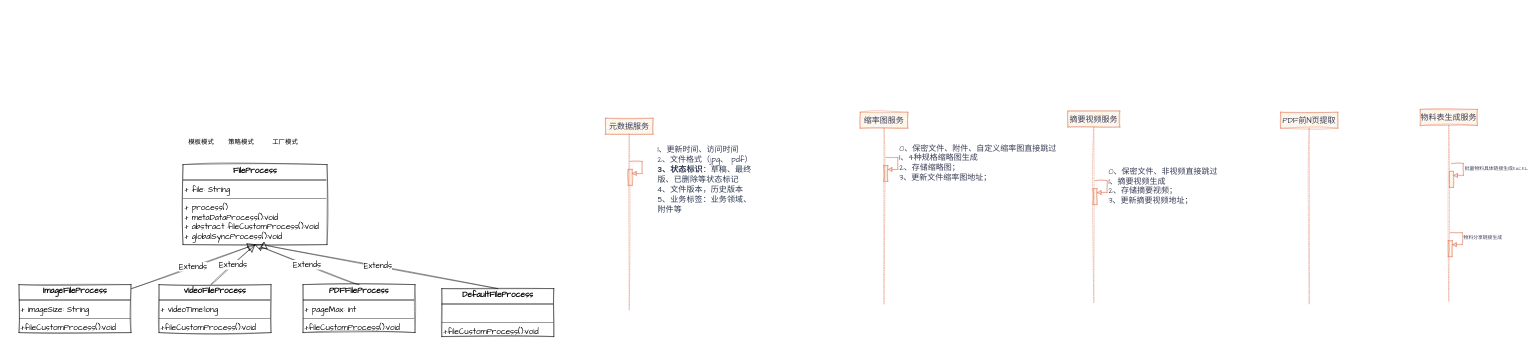
Earlier version of the draw.io diagram page "子文件服务" (2 of 7) of 系统设计/250506_upload_download.drawio (Utihbi/pics). Source tidied: cells renumbered, new cells numbered last; positions are measured from the earlier drawing's top-left corner, leaving out a move shared by most shapes. Both pictures are drawn from the tidied source at 40%, with x=0, y=0 at pixel (19, 109).
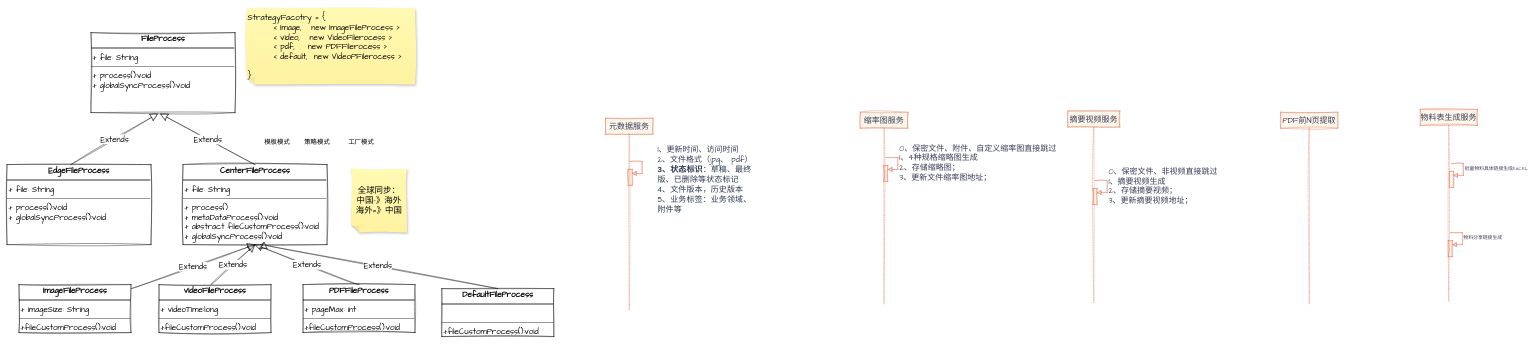
After the change.

Change to the diagram source:
```diff
@@
-    <mxCell id="18" value="&lt;p style=&quot;margin:0px;margin-top:4px;text-align:center;&quot;&gt;&lt;b&gt;FileProcess&lt;/b&gt;&lt;/p&gt;&lt;hr style=&quot;border-style:solid;&quot;&gt;&lt;p style=&quot;margin:0px;margin-left:4px;&quot;&gt;+ file: String&lt;/p&gt;&lt;hr style=&quot;border-style:solid;&quot;&gt;&lt;p style=&quot;margin:0px;margin-left:4px;&quot;&gt;+ process()&lt;/p&gt;&lt;p style=&quot;margin:0px;margin-left:4px;&quot;&gt;+ metaDataProcess():void&lt;/p&gt;&lt;p style=&quot;margin:0px;margin-left:4px;&quot;&gt;+ abstract fileCustomProcess():void&lt;/p&gt;&lt;p style=&quot;margin:0px;margin-left:4px;&quot;&gt;+ globalSyncProcess():void&lt;/p&gt;" style="verticalAlign=top;align=left;overflow=fill;html=1;whiteSpace=wrap;sketch=1;hachureGap=4;jiggle=2;curveFitting=1;fontFamily=Architects Daughter;fontSize=20;" parent="1" vertex="1">
+    <mxCell id="18" value="&lt;p style=&quot;margin:0px;margin-top:4px;text-align:center;&quot;&gt;&lt;b&gt;CenterFileProcess&lt;/b&gt;&lt;/p&gt;&lt;hr style=&quot;border-style:solid;&quot;&gt;&lt;p style=&quot;margin:0px;margin-left:4px;&quot;&gt;+ file: String&lt;/p&gt;&lt;hr style=&quot;border-style:solid;&quot;&gt;&lt;p style=&quot;margin:0px;margin-left:4px;&quot;&gt;+ process()&lt;/p&gt;&lt;p style=&quot;margin:0px;margin-left:4px;&quot;&gt;+ metaDataProcess():void&lt;/p&gt;&lt;p style=&quot;margin:0px;margin-left:4px;&quot;&gt;+ abstract fileCustomProcess():void&lt;/p&gt;&lt;p style=&quot;margin:0px;margin-left:4px;&quot;&gt;+ globalSyncProcess():void&lt;/p&gt;" style="verticalAlign=top;align=left;overflow=fill;html=1;whiteSpace=wrap;sketch=1;hachureGap=4;jiggle=2;curveFitting=1;fontFamily=Architects Daughter;fontSize=20;" parent="1" vertex="1">
       <mxGeometry x="410" y="138" width="360" height="200" as="geometry" />
     </mxCell>
@@
     <mxCell id="25" value="模板模式" style="text;html=1;align=center;verticalAlign=middle;strokeColor=none;fillColor=none;fontSize=16;fontFamily=Architects Daughter;" parent="1" vertex="1">
-      <mxGeometry x="410" y="68" width="90" height="30" as="geometry" />
+      <mxGeometry x="600" y="68" width="90" height="30" as="geometry" />
     </mxCell>
@@
     <mxCell id="28" value="策略模式" style="text;html=1;align=center;verticalAlign=middle;strokeColor=none;fillColor=none;fontSize=16;fontFamily=Architects Daughter;" parent="1" vertex="1">
-      <mxGeometry x="510" y="68" width="90" height="30" as="geometry" />
+      <mxGeometry x="700" y="68" width="90" height="30" as="geometry" />
     </mxCell>
     <mxCell id="29" value="工厂模式" style="text;html=1;align=center;verticalAlign=middle;strokeColor=none;fillColor=none;fontSize=16;fontFamily=Architects Daughter;" parent="1" vertex="1">
-      <mxGeometry x="620" y="68" width="90" height="30" as="geometry" />
+      <mxGeometry x="810" y="68" width="90" height="30" as="geometry" />
     </mxCell>
+    <mxCell id="30" value="全球同步：&lt;div&gt;中国-》海外&lt;/div&gt;&lt;div&gt;海外=》中国&lt;/div&gt;" style="shape=note;whiteSpace=wrap;html=1;backgroundOutline=1;fontColor=#000000;darkOpacity=0.05;fillColor=#FFF9B2;strokeColor=none;fillStyle=solid;direction=west;gradientDirection=north;gradientColor=#FFF2A1;shadow=1;size=20;sketch=1;hachureGap=4;jiggle=2;curveFitting=1;fontFamily=Architects Daughter;fontSize=21;" parent="1" vertex="1">
+      <mxGeometry x="830" y="148" width="140" height="160" as="geometry" />
+    </mxCell>
+    <mxCell id="31" value="StrategyFacotry = {&lt;div&gt;&amp;nbsp;&lt;span style=&quot;white-space: pre;&quot;&gt;&#9;&lt;/span&gt;&amp;lt; Image,&amp;nbsp; &amp;nbsp;new ImageFileProcess &amp;gt;&lt;/div&gt;&lt;div&gt;&lt;span style=&quot;white-space: pre;&quot;&gt;&#9;&lt;/span&gt;&amp;lt; video,&amp;nbsp; &amp;nbsp;new VideoFilerocess &amp;gt;&lt;/div&gt;&lt;div&gt;&lt;span style=&quot;white-space: pre;&quot;&gt;&#9;&lt;/span&gt;&amp;lt; pdf,&amp;nbsp; &amp;nbsp; new PDFFilerocess &amp;gt;&lt;/div&gt;&lt;div&gt;&lt;span style=&quot;white-space: pre;&quot;&gt;&#9;&lt;/span&gt;&amp;lt; default,&amp;nbsp; new VideoPFilerocess &amp;gt;&lt;/div&gt;&lt;div&gt;&lt;span style=&quot;background-color: transparent; color: light-dark(rgb(0, 0, 0), rgb(237, 237, 237));&quot;&gt;&lt;br&gt;&lt;/span&gt;&lt;/div&gt;&lt;div style=&quot;&quot;&gt;&lt;span style=&quot;background-color: transparent; color: light-dark(rgb(0, 0, 0), rgb(237, 237, 237));&quot;&gt;}&lt;/span&gt;&lt;/div&gt;" style="shape=note;whiteSpace=wrap;html=1;backgroundOutline=1;fontColor=#000000;darkOpacity=0.05;fillColor=#FFF9B2;strokeColor=none;fillStyle=solid;direction=west;gradientDirection=north;gradientColor=#FFF2A1;shadow=1;size=20;sketch=1;hachureGap=4;jiggle=2;curveFitting=1;fontFamily=Architects Daughter;fontSize=20;align=left;" parent="1" vertex="1">
+      <mxGeometry x="570" y="-252" width="420" height="190" as="geometry" />
+    </mxCell>
+    <mxCell id="32" value="&lt;p style=&quot;margin:0px;margin-top:4px;text-align:center;&quot;&gt;&lt;b&gt;EdgeFileProcess&lt;/b&gt;&lt;/p&gt;&lt;hr style=&quot;border-style:solid;&quot;&gt;&lt;p style=&quot;margin:0px;margin-left:4px;&quot;&gt;+ file: String&lt;/p&gt;&lt;hr style=&quot;border-style:solid;&quot;&gt;&lt;p style=&quot;margin:0px;margin-left:4px;&quot;&gt;+ process():void&lt;/p&gt;&lt;p style=&quot;margin:0px;margin-left:4px;&quot;&gt;+ globalSyncProcess():void&lt;/p&gt;" style="verticalAlign=top;align=left;overflow=fill;html=1;whiteSpace=wrap;sketch=1;hachureGap=4;jiggle=2;curveFitting=1;fontFamily=Architects Daughter;fontSize=20;" parent="1" vertex="1">
+      <mxGeometry x="-30" y="138" width="360" height="200" as="geometry" />
+    </mxCell>
+    <mxCell id="33" value="&lt;p style=&quot;margin:0px;margin-top:4px;text-align:center;&quot;&gt;&lt;b&gt;FileProcess&lt;/b&gt;&lt;/p&gt;&lt;hr style=&quot;border-style:solid;&quot;&gt;&lt;p style=&quot;margin:0px;margin-left:4px;&quot;&gt;+ file: String&lt;/p&gt;&lt;hr style=&quot;border-style:solid;&quot;&gt;&lt;p style=&quot;margin:0px;margin-left:4px;&quot;&gt;+ process():void&lt;/p&gt;&lt;p style=&quot;margin:0px;margin-left:4px;&quot;&gt;+ globalSyncProcess():void&lt;/p&gt;" style="verticalAlign=top;align=left;overflow=fill;html=1;whiteSpace=wrap;sketch=1;hachureGap=4;jiggle=2;curveFitting=1;fontFamily=Architects Daughter;fontSize=20;" parent="1" vertex="1">
+      <mxGeometry x="180" y="-192" width="360" height="200" as="geometry" />
+    </mxCell>
+    <mxCell id="34" value="Extends" style="endArrow=block;endSize=16;endFill=0;html=1;rounded=0;sketch=1;hachureGap=4;jiggle=2;curveFitting=1;fontFamily=Architects Daughter;entryX=0.463;entryY=1.015;entryDx=0;entryDy=0;entryPerimeter=0;exitX=0.444;exitY=0;exitDx=0;exitDy=0;exitPerimeter=0;fontSize=20;" parent="1" edge="1" source="32" target="33">
+      <mxGeometry relative="1" as="geometry" />
+    </mxCell>
+    <mxCell id="35" value="Extends" style="endArrow=block;endSize=16;endFill=0;html=1;rounded=0;sketch=1;hachureGap=4;jiggle=2;curveFitting=1;fontFamily=Architects Daughter;exitX=0.5;exitY=0;exitDx=0;exitDy=0;fontSize=20;entryX=0.482;entryY=1.015;entryDx=0;entryDy=0;entryPerimeter=0;" parent="1" edge="1" source="18" target="33">
+      <mxGeometry relative="1" as="geometry" />
+    </mxCell>
```
